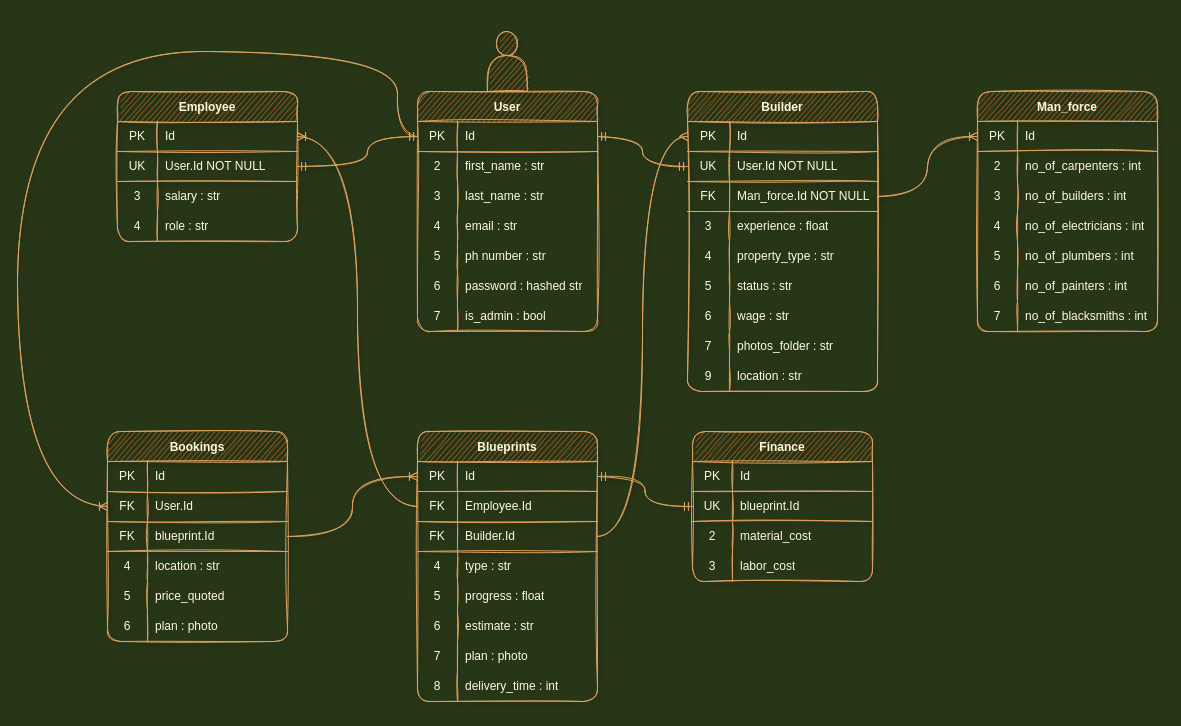
Above: page "DB Schema" (5 of 5) of Buildor.drawio in Satishpokala124/Buildor (draw.io), before the change. Source tidied: cells renumbered, new cells numbered last; positions are measured from the earlier drawing's top-left corner, leaving out a move shared by most shapes. Both pictures are drawn from the tidied source at 100%, with x=0, y=0 at pixel (17, 31).
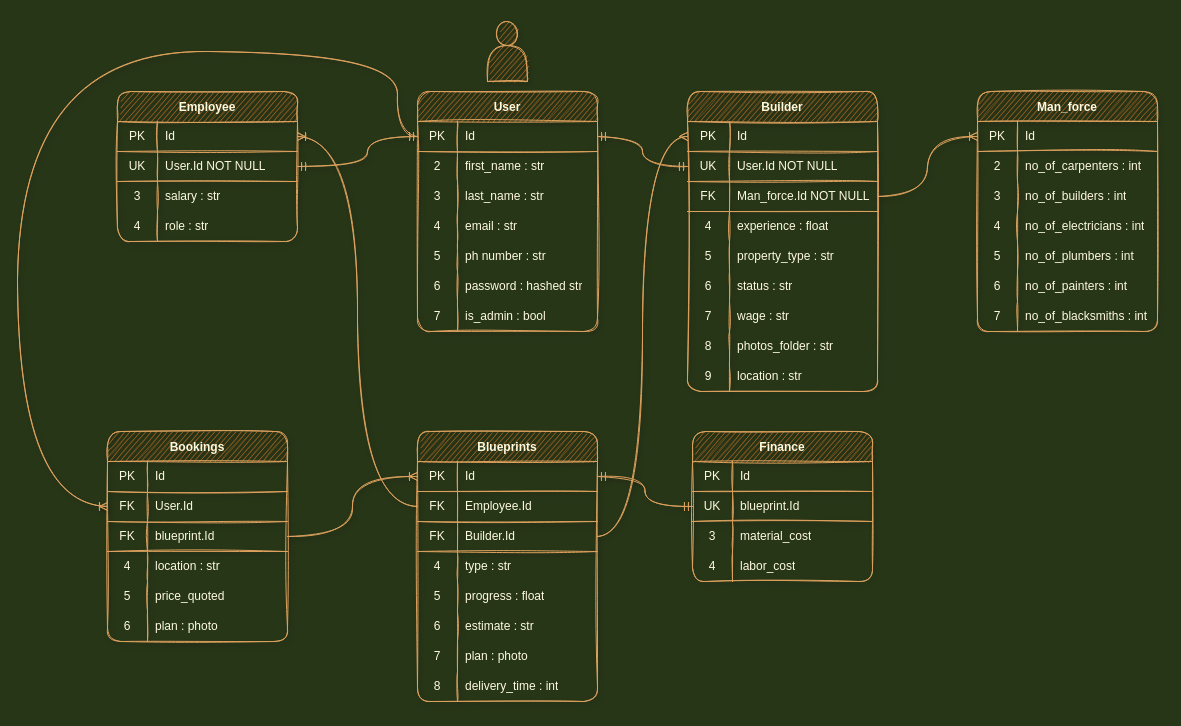
Above is the later version.

Unchanged cells that the change refers to:
```xml
<mxCell id="34" style="shape=partialRectangle;html=1;whiteSpace=wrap;fillColor=none;top=0;left=0;bottom=0;right=0;rounded=1;shadow=1;sketch=1;labelBackgroundColor=none;fontColor=#FEFAE0;strokeColor=#DDA15E;" parent="24" vertex="1">
  <mxGeometry y="120" width="190" height="30" as="geometry" />
</mxCell>
<mxCell id="37" style="shape=partialRectangle;html=1;whiteSpace=wrap;fillColor=none;top=0;left=0;bottom=0;right=0;rounded=1;shadow=1;sketch=1;labelBackgroundColor=none;fontColor=#FEFAE0;strokeColor=#DDA15E;" parent="24" vertex="1">
  <mxGeometry y="150" width="190" height="30" as="geometry" />
</mxCell>
<mxCell id="40" style="shape=partialRectangle;html=1;whiteSpace=wrap;fillColor=none;top=0;left=0;bottom=0;right=0;rounded=1;shadow=1;sketch=1;labelBackgroundColor=none;fontColor=#FEFAE0;strokeColor=#DDA15E;" parent="24" vertex="1">
  <mxGeometry y="180" width="190" height="30" as="geometry" />
</mxCell>
<mxCell id="43" style="shape=partialRectangle;html=1;whiteSpace=wrap;fillColor=none;top=0;left=0;bottom=0;right=0;rounded=1;shadow=1;sketch=1;labelBackgroundColor=none;fontColor=#FEFAE0;strokeColor=#DDA15E;" parent="24" vertex="1">
  <mxGeometry y="210" width="190" height="30" as="geometry" />
</mxCell>
<mxCell id="46" style="shape=partialRectangle;html=1;whiteSpace=wrap;fillColor=none;top=0;left=0;bottom=0;right=0;rounded=1;shadow=1;sketch=1;labelBackgroundColor=none;fontColor=#FEFAE0;strokeColor=#DDA15E;" parent="24" vertex="1">
  <mxGeometry y="240" width="190" height="30" as="geometry" />
</mxCell>
<mxCell id="139" style="shape=partialRectangle;html=1;whiteSpace=wrap;fillColor=none;top=0;left=0;bottom=0;right=0;rounded=1;strokeColor=#DDA15E;shadow=1;sketch=1;labelBackgroundColor=none;fontColor=#FEFAE0;" parent="132" vertex="1">
  <mxGeometry y="90" width="180" height="30" as="geometry" />
</mxCell>
<mxCell id="142" style="shape=partialRectangle;html=1;whiteSpace=wrap;fillColor=none;top=0;left=0;bottom=0;right=0;rounded=1;strokeColor=#DDA15E;shadow=1;sketch=1;labelBackgroundColor=none;fontColor=#FEFAE0;" parent="132" vertex="1">
  <mxGeometry y="120" width="180" height="30" as="geometry" />
</mxCell>
```

The edit, as a diff of the source:
```diff
@@
-    <mxCell id="35" value="3" style="shape=partialRectangle;html=1;whiteSpace=wrap;fillColor=none;top=0;left=0;bottom=0;right=0;overflow=hidden;rounded=1;shadow=1;sketch=1;labelBackgroundColor=none;fontColor=#FEFAE0;strokeColor=#DDA15E;" parent="34" vertex="1">
+    <mxCell id="35" value="4" style="shape=partialRectangle;html=1;whiteSpace=wrap;fillColor=none;top=0;left=0;bottom=0;right=0;overflow=hidden;rounded=1;shadow=1;sketch=1;labelBackgroundColor=none;fontColor=#FEFAE0;strokeColor=#DDA15E;" parent="34" vertex="1">
       <mxGeometry width="42" height="30" as="geometry" />
     </mxCell>
@@
-    <mxCell id="38" value="4" style="shape=partialRectangle;html=1;whiteSpace=wrap;fillColor=none;top=0;left=0;bottom=0;right=0;overflow=hidden;rounded=1;shadow=1;sketch=1;labelBackgroundColor=none;fontColor=#FEFAE0;strokeColor=#DDA15E;" parent="37" vertex="1">
+    <mxCell id="38" value="5" style="shape=partialRectangle;html=1;whiteSpace=wrap;fillColor=none;top=0;left=0;bottom=0;right=0;overflow=hidden;rounded=1;shadow=1;sketch=1;labelBackgroundColor=none;fontColor=#FEFAE0;strokeColor=#DDA15E;" parent="37" vertex="1">
       <mxGeometry width="42" height="30" as="geometry" />
     </mxCell>
@@
-    <mxCell id="41" value="5" style="shape=partialRectangle;html=1;whiteSpace=wrap;fillColor=none;top=0;left=0;bottom=0;right=0;overflow=hidden;rounded=1;shadow=1;sketch=1;labelBackgroundColor=none;fontColor=#FEFAE0;strokeColor=#DDA15E;" parent="40" vertex="1">
+    <mxCell id="41" value="6" style="shape=partialRectangle;html=1;whiteSpace=wrap;fillColor=none;top=0;left=0;bottom=0;right=0;overflow=hidden;rounded=1;shadow=1;sketch=1;labelBackgroundColor=none;fontColor=#FEFAE0;strokeColor=#DDA15E;" parent="40" vertex="1">
       <mxGeometry width="42" height="30" as="geometry" />
     </mxCell>
@@
-    <mxCell id="44" value="6" style="shape=partialRectangle;html=1;whiteSpace=wrap;fillColor=none;top=0;left=0;bottom=0;right=0;overflow=hidden;rounded=1;shadow=1;sketch=1;labelBackgroundColor=none;fontColor=#FEFAE0;strokeColor=#DDA15E;" parent="43" vertex="1">
+    <mxCell id="44" value="7" style="shape=partialRectangle;html=1;whiteSpace=wrap;fillColor=none;top=0;left=0;bottom=0;right=0;overflow=hidden;rounded=1;shadow=1;sketch=1;labelBackgroundColor=none;fontColor=#FEFAE0;strokeColor=#DDA15E;" parent="43" vertex="1">
       <mxGeometry width="42" height="30" as="geometry" />
     </mxCell>
@@
-    <mxCell id="47" value="7" style="shape=partialRectangle;html=1;whiteSpace=wrap;fillColor=none;top=0;left=0;bottom=0;right=0;overflow=hidden;rounded=1;shadow=1;sketch=1;labelBackgroundColor=none;fontColor=#FEFAE0;strokeColor=#DDA15E;" parent="46" vertex="1">
+    <mxCell id="47" value="8" style="shape=partialRectangle;html=1;whiteSpace=wrap;fillColor=none;top=0;left=0;bottom=0;right=0;overflow=hidden;rounded=1;shadow=1;sketch=1;labelBackgroundColor=none;fontColor=#FEFAE0;strokeColor=#DDA15E;" parent="46" vertex="1">
       <mxGeometry width="42" height="30" as="geometry" />
     </mxCell>
@@
     <mxCell id="52" style="shape=actor;whiteSpace=wrap;html=1;strokeColor=#DDA15E;rounded=1;shadow=1;sketch=1;labelBackgroundColor=none;fontColor=#FEFAE0;fillColor=#BC6C25;" parent="1" vertex="1">
-      <mxGeometry x="470" width="40" height="60" as="geometry" />
+      <mxGeometry x="470" y="-10" width="40" height="60" as="geometry" />
     </mxCell>
@@
-    <mxCell id="140" value="2" style="shape=partialRectangle;html=1;whiteSpace=wrap;fillColor=none;top=0;left=0;bottom=0;right=0;overflow=hidden;rounded=1;strokeColor=#DDA15E;shadow=1;sketch=1;labelBackgroundColor=none;fontColor=#FEFAE0;" parent="139" vertex="1">
+    <mxCell id="140" value="3" style="shape=partialRectangle;html=1;whiteSpace=wrap;fillColor=none;top=0;left=0;bottom=0;right=0;overflow=hidden;rounded=1;strokeColor=#DDA15E;shadow=1;sketch=1;labelBackgroundColor=none;fontColor=#FEFAE0;" parent="139" vertex="1">
       <mxGeometry width="40" height="30" as="geometry" />
     </mxCell>
@@
-    <mxCell id="143" value="3" style="shape=partialRectangle;html=1;whiteSpace=wrap;fillColor=none;top=0;left=0;bottom=0;right=0;overflow=hidden;rounded=1;strokeColor=#DDA15E;shadow=1;sketch=1;labelBackgroundColor=none;fontColor=#FEFAE0;" parent="142" vertex="1">
+    <mxCell id="143" value="4" style="shape=partialRectangle;html=1;whiteSpace=wrap;fillColor=none;top=0;left=0;bottom=0;right=0;overflow=hidden;rounded=1;strokeColor=#DDA15E;shadow=1;sketch=1;labelBackgroundColor=none;fontColor=#FEFAE0;" parent="142" vertex="1">
       <mxGeometry width="40" height="30" as="geometry" />
     </mxCell>
```
